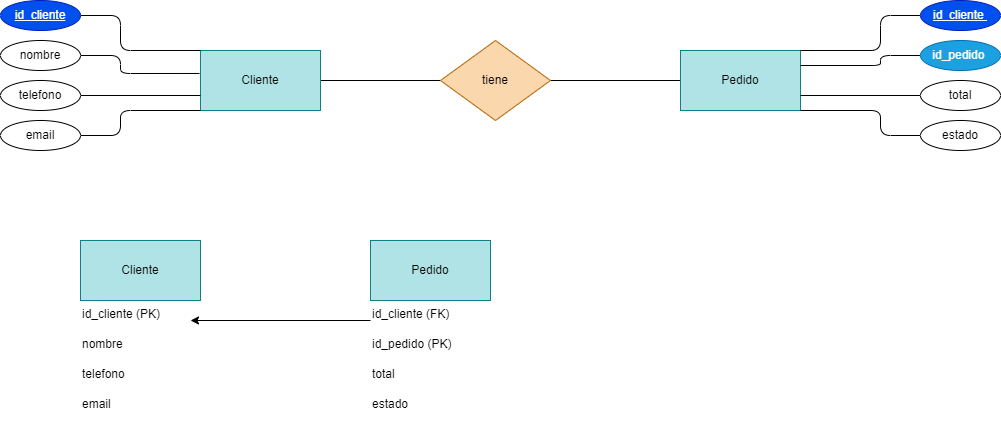
Before: Tareas/Unidad2/ejercicio2.4.drawio.png, a diagram exported from draw.io (WhiteCascade/BAE). Source tidied: cells renumbered, new cells last; positions are measured from the earlier drawing's top-left corner, leaving out a move shared by most shapes.
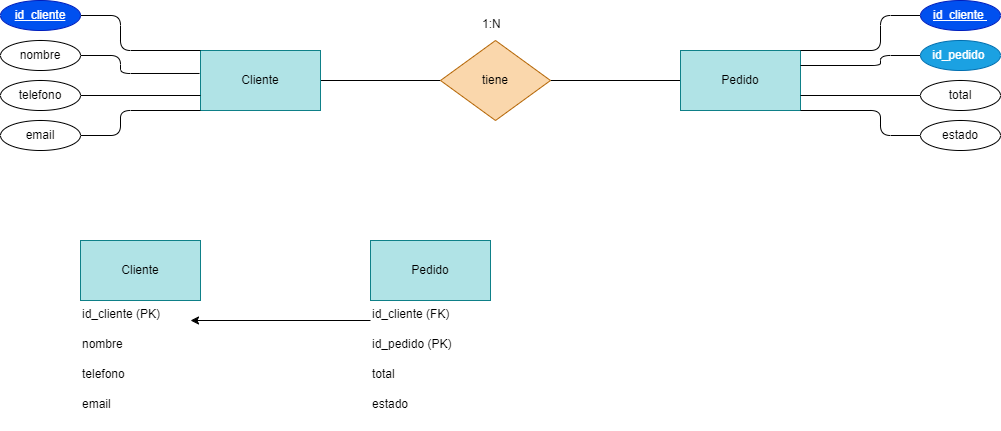
Later version of the same file.

What changed in the source:
```diff
@@ -128,5 +128,8 @@
     <mxCell id="33" value="estado" style="text;whiteSpace=wrap;html=1;" parent="1" vertex="1">
       <mxGeometry x="370" y="390" width="60" height="40" as="geometry" />
     </mxCell>
+    <mxCell id="34" value="1:N" style="text;whiteSpace=wrap;html=1;" parent="1" vertex="1">
+      <mxGeometry x="480" y="10" width="50" height="40" as="geometry" />
+    </mxCell>
   </root>
 </mxGraphModel>
```
